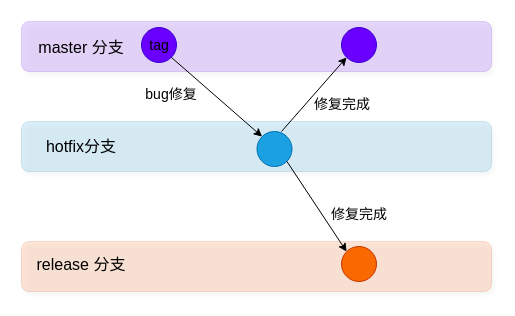
This is git工作流/gitFlow/gitFlow的修复流程.drawio from YoungMandy/Web-Front, a draw.io file, before an edit. Source tidied: cells renumbered, new cells numbered last; positions are measured from the earlier drawing's top-left corner, leaving out a move shared by most shapes. Both pictures are drawn from the tidied source at 100%, with x=0, y=0 at pixel (21, 21).
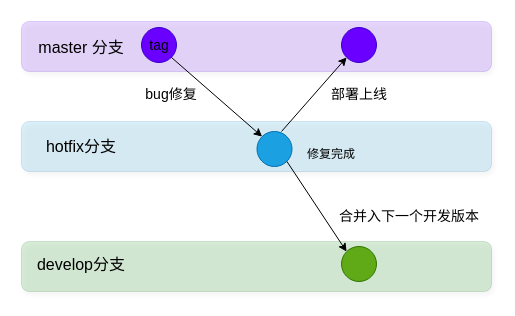
The same diagram, later.

What changed in the source:
```diff
@@
-    <mxCell id="3" style="rounded=1;whiteSpace=wrap;html=1;strokeColor=#C73500;fontSize=16;fontColor=#000000;fillColor=#fa6800;opacity=15;shadow=1;" parent="1" vertex="1">
+    <mxCell id="3" style="rounded=1;whiteSpace=wrap;html=1;strokeColor=#005700;fontSize=16;fontColor=#ffffff;fillColor=#008a00;opacity=15;shadow=1;" parent="1" vertex="1">
       <mxGeometry y="220" width="470" height="50" as="geometry" />
     </mxCell>
@@
-    <mxCell id="8" value="release 分支" style="text;html=1;strokeColor=none;fillColor=none;align=center;verticalAlign=middle;whiteSpace=wrap;rounded=0;fontColor=#000000;fontSize=16;" parent="1" vertex="1">
+    <mxCell id="8" value="develop分支" style="text;html=1;strokeColor=none;fillColor=none;align=center;verticalAlign=middle;whiteSpace=wrap;rounded=0;fontColor=#000000;fontSize=16;" parent="1" vertex="1">
       <mxGeometry y="227.5" width="120" height="30" as="geometry" />
     </mxCell>
-    <mxCell id="9" style="ellipse;whiteSpace=wrap;html=1;fontSize=16;fontColor=#000000;fillColor=#fa6800;strokeColor=#C73500;" parent="1" vertex="1">
+    <mxCell id="9" style="ellipse;whiteSpace=wrap;html=1;fontSize=16;fontColor=#ffffff;fillColor=#60a917;strokeColor=#2D7600;" parent="1" vertex="1">
       <mxGeometry x="320" y="225" width="35" height="35" as="geometry" />
     </mxCell>
@@
-    <mxCell id="17" value="修复完成" style="text;html=1;strokeColor=none;fillColor=none;align=center;verticalAlign=middle;whiteSpace=wrap;rounded=0;fontSize=14;fontColor=#000000;" parent="1" vertex="1">
-      <mxGeometry x="270.5" y="70" width="100" height="25" as="geometry" />
+    <mxCell id="17" value="修复完成" style="text;html=1;strokeColor=none;fillColor=none;align=center;verticalAlign=middle;whiteSpace=wrap;rounded=0;fontSize=12;fontColor=#000000;" parent="1" vertex="1">
+      <mxGeometry x="260" y="120" width="100" height="25" as="geometry" />
     </mxCell>
-    <mxCell id="18" value="修复完成" style="text;html=1;strokeColor=none;fillColor=none;align=center;verticalAlign=middle;whiteSpace=wrap;rounded=0;fontSize=14;fontColor=#000000;" parent="1" vertex="1">
-      <mxGeometry x="287.5" y="180" width="100" height="25" as="geometry" />
+    <mxCell id="18" value="部署上线" style="text;html=1;strokeColor=none;fillColor=none;align=center;verticalAlign=middle;whiteSpace=wrap;rounded=0;fontSize=14;fontColor=#000000;" parent="1" vertex="1">
+      <mxGeometry x="287.5" y="60" width="100" height="25" as="geometry" />
     </mxCell>
+    <mxCell id="19" value="合并入下一个开发版本" style="text;html=1;strokeColor=none;fillColor=none;align=center;verticalAlign=middle;whiteSpace=wrap;rounded=0;fontSize=14;fontColor=#000000;" parent="1" vertex="1">
+      <mxGeometry x="300" y="180" width="176" height="30" as="geometry" />
+    </mxCell>
```
